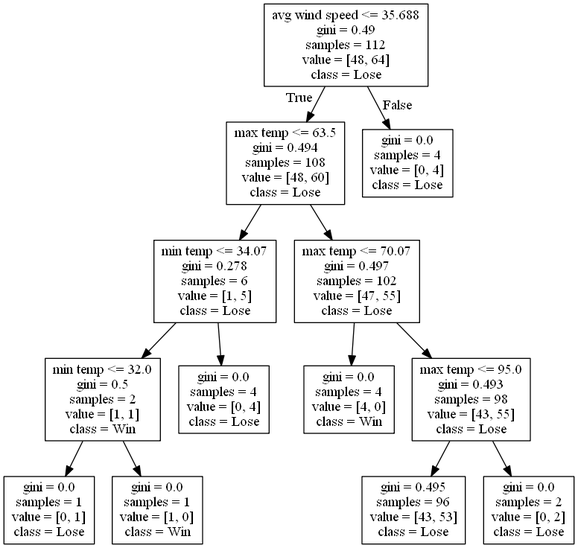
This is DecisionTrees/decision_tree_no_score_or_attendance_test_602.png from alexana-steck/CSE482Project, a Graphviz export, as it was before one commit. Its source is kept beside it as DecisionTrees/decision_tree_no_score_or_attendance_test_602.dot. Source of this version:
```dot
digraph Tree {
node [shape=box] ;
0 [label="avg wind speed <= 35.688\ngini = 0.49\nsamples = 112\nvalue = [48, 64]\nclass = Lose"] ;
1 [label="max temp <= 63.5\ngini = 0.494\nsamples = 108\nvalue = [48, 60]\nclass = Lose"] ;
0 -> 1 [labeldistance=2.5, labelangle=45, headlabel="True"] ;
2 [label="min temp <= 34.07\ngini = 0.278\nsamples = 6\nvalue = [1, 5]\nclass = Lose"] ;
1 -> 2 ;
3 [label="min temp <= 32.0\ngini = 0.5\nsamples = 2\nvalue = [1, 1]\nclass = Win"] ;
2 -> 3 ;
4 [label="gini = 0.0\nsamples = 1\nvalue = [0, 1]\nclass = Lose"] ;
3 -> 4 ;
5 [label="gini = 0.0\nsamples = 1\nvalue = [1, 0]\nclass = Win"] ;
3 -> 5 ;
6 [label="gini = 0.0\nsamples = 4\nvalue = [0, 4]\nclass = Lose"] ;
2 -> 6 ;
7 [label="max temp <= 70.07\ngini = 0.497\nsamples = 102\nvalue = [47, 55]\nclass = Lose"] ;
1 -> 7 ;
8 [label="gini = 0.0\nsamples = 4\nvalue = [4, 0]\nclass = Win"] ;
7 -> 8 ;
9 [label="max temp <= 95.0\ngini = 0.493\nsamples = 98\nvalue = [43, 55]\nclass = Lose"] ;
7 -> 9 ;
10 [label="gini = 0.495\nsamples = 96\nvalue = [43, 53]\nclass = Lose"] ;
9 -> 10 ;
11 [label="gini = 0.0\nsamples = 2\nvalue = [0, 2]\nclass = Lose"] ;
9 -> 11 ;
12 [label="gini = 0.0\nsamples = 4\nvalue = [0, 4]\nclass = Lose"] ;
0 -> 12 [labeldistance=2.5, labelangle=-45, headlabel="False"] ;
}
```
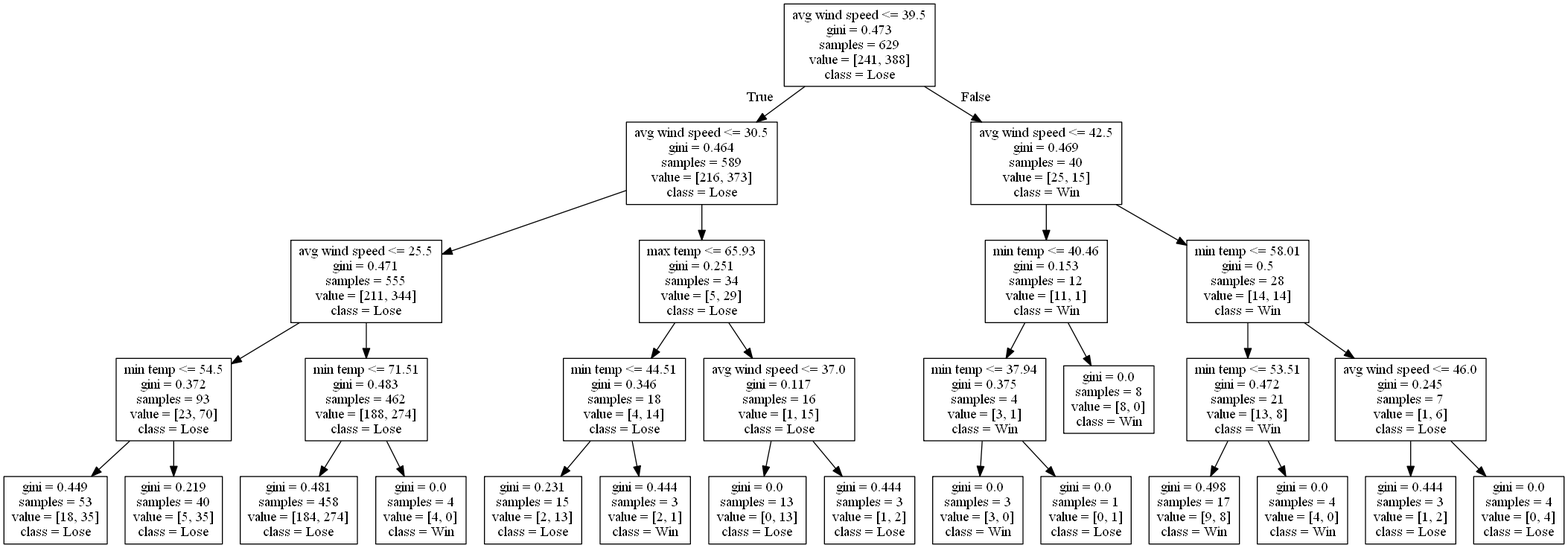
The same file after the commit.

What changed in the source:
```diff
@@ -1,28 +1,60 @@
 digraph Tree {
 node [shape=box] ;
-0 [label="avg wind speed <= 35.688\ngini = 0.49\nsamples = 112\nvalue = [48, 64]\nclass = Lose"] ;
-1 [label="max temp <= 63.5\ngini = 0.494\nsamples = 108\nvalue = [48, 60]\nclass = Lose"] ;
+0 [label="avg wind speed <= 39.5\ngini = 0.473\nsamples = 629\nvalue = [241, 388]\nclass = Lose"] ;
+1 [label="avg wind speed <= 30.5\ngini = 0.464\nsamples = 589\nvalue = [216, 373]\nclass = Lose"] ;
 0 -> 1 [labeldistance=2.5, labelangle=45, headlabel="True"] ;
-2 [label="min temp <= 34.07\ngini = 0.278\nsamples = 6\nvalue = [1, 5]\nclass = Lose"] ;
+2 [label="avg wind speed <= 25.5\ngini = 0.471\nsamples = 555\nvalue = [211, 344]\nclass = Lose"] ;
 1 -> 2 ;
-3 [label="min temp <= 32.0\ngini = 0.5\nsamples = 2\nvalue = [1, 1]\nclass = Win"] ;
+3 [label="min temp <= 54.5\ngini = 0.372\nsamples = 93\nvalue = [23, 70]\nclass = Lose"] ;
 2 -> 3 ;
-4 [label="gini = 0.0\nsamples = 1\nvalue = [0, 1]\nclass = Lose"] ;
+4 [label="gini = 0.449\nsamples = 53\nvalue = [18, 35]\nclass = Lose"] ;
 3 -> 4 ;
-5 [label="gini = 0.0\nsamples = 1\nvalue = [1, 0]\nclass = Win"] ;
+5 [label="gini = 0.219\nsamples = 40\nvalue = [5, 35]\nclass = Lose"] ;
 3 -> 5 ;
-6 [label="gini = 0.0\nsamples = 4\nvalue = [0, 4]\nclass = Lose"] ;
+6 [label="min temp <= 71.51\ngini = 0.483\nsamples = 462\nvalue = [188, 274]\nclass = Lose"] ;
 2 -> 6 ;
-7 [label="max temp <= 70.07\ngini = 0.497\nsamples = 102\nvalue = [47, 55]\nclass = Lose"] ;
-1 -> 7 ;
+7 [label="gini = 0.481\nsamples = 458\nvalue = [184, 274]\nclass = Lose"] ;
+6 -> 7 ;
 8 [label="gini = 0.0\nsamples = 4\nvalue = [4, 0]\nclass = Win"] ;
-7 -> 8 ;
-9 [label="max temp <= 95.0\ngini = 0.493\nsamples = 98\nvalue = [43, 55]\nclass = Lose"] ;
-7 -> 9 ;
-10 [label="gini = 0.495\nsamples = 96\nvalue = [43, 53]\nclass = Lose"] ;
+6 -> 8 ;
+9 [label="max temp <= 65.93\ngini = 0.251\nsamples = 34\nvalue = [5, 29]\nclass = Lose"] ;
+1 -> 9 ;
+10 [label="min temp <= 44.51\ngini = 0.346\nsamples = 18\nvalue = [4, 14]\nclass = Lose"] ;
 9 -> 10 ;
-11 [label="gini = 0.0\nsamples = 2\nvalue = [0, 2]\nclass = Lose"] ;
-9 -> 11 ;
-12 [label="gini = 0.0\nsamples = 4\nvalue = [0, 4]\nclass = Lose"] ;
-0 -> 12 [labeldistance=2.5, labelangle=-45, headlabel="False"] ;
+11 [label="gini = 0.231\nsamples = 15\nvalue = [2, 13]\nclass = Lose"] ;
+10 -> 11 ;
+12 [label="gini = 0.444\nsamples = 3\nvalue = [2, 1]\nclass = Win"] ;
+10 -> 12 ;
+13 [label="avg wind speed <= 37.0\ngini = 0.117\nsamples = 16\nvalue = [1, 15]\nclass = Lose"] ;
+9 -> 13 ;
+14 [label="gini = 0.0\nsamples = 13\nvalue = [0, 13]\nclass = Lose"] ;
+13 -> 14 ;
+15 [label="gini = 0.444\nsamples = 3\nvalue = [1, 2]\nclass = Lose"] ;
+13 -> 15 ;
+16 [label="avg wind speed <= 42.5\ngini = 0.469\nsamples = 40\nvalue = [25, 15]\nclass = Win"] ;
+0 -> 16 [labeldistance=2.5, labelangle=-45, headlabel="False"] ;
+17 [label="min temp <= 40.46\ngini = 0.153\nsamples = 12\nvalue = [11, 1]\nclass = Win"] ;
+16 -> 17 ;
+18 [label="min temp <= 37.94\ngini = 0.375\nsamples = 4\nvalue = [3, 1]\nclass = Win"] ;
+17 -> 18 ;
+19 [label="gini = 0.0\nsamples = 3\nvalue = [3, 0]\nclass = Win"] ;
+18 -> 19 ;
+20 [label="gini = 0.0\nsamples = 1\nvalue = [0, 1]\nclass = Lose"] ;
+18 -> 20 ;
+21 [label="gini = 0.0\nsamples = 8\nvalue = [8, 0]\nclass = Win"] ;
+17 -> 21 ;
+22 [label="min temp <= 58.01\ngini = 0.5\nsamples = 28\nvalue = [14, 14]\nclass = Win"] ;
+16 -> 22 ;
+23 [label="min temp <= 53.51\ngini = 0.472\nsamples = 21\nvalue = [13, 8]\nclass = Win"] ;
+22 -> 23 ;
+24 [label="gini = 0.498\nsamples = 17\nvalue = [9, 8]\nclass = Win"] ;
+23 -> 24 ;
+25 [label="gini = 0.0\nsamples = 4\nvalue = [4, 0]\nclass = Win"] ;
+23 -> 25 ;
+26 [label="avg wind speed <= 46.0\ngini = 0.245\nsamples = 7\nvalue = [1, 6]\nclass = Lose"] ;
+22 -> 26 ;
+27 [label="gini = 0.444\nsamples = 3\nvalue = [1, 2]\nclass = Lose"] ;
+26 -> 27 ;
+28 [label="gini = 0.0\nsamples = 4\nvalue = [0, 4]\nclass = Lose"] ;
+26 -> 28 ;
 }
```
